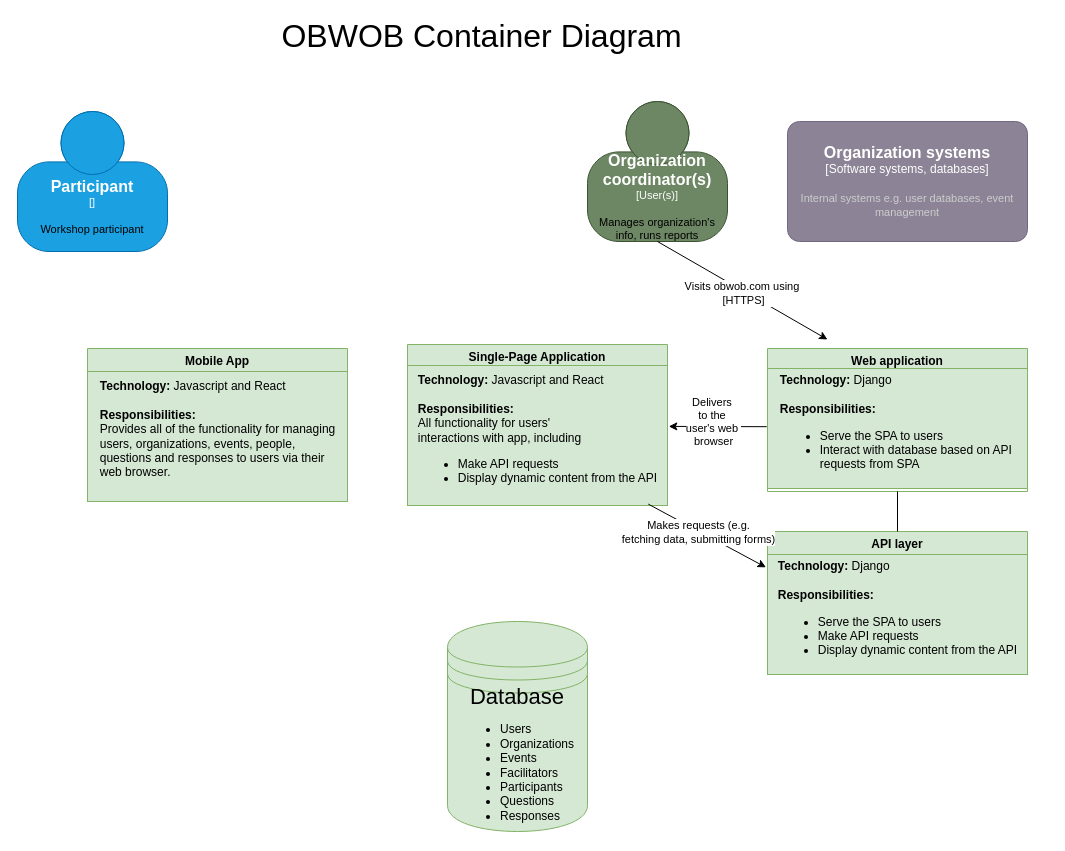
Earlier version of the draw.io diagram documentation/c4-diagrams/2_obwob_container_diagram.drawio (laurapg1214/impact-web-interface). Source tidied: cells renumbered, new cells numbered last; positions are measured from the earlier drawing's top-left corner, leaving out a move shared by most shapes. Both pictures are drawn from the tidied source at 100%, with x=0, y=0 at pixel (17, 21).
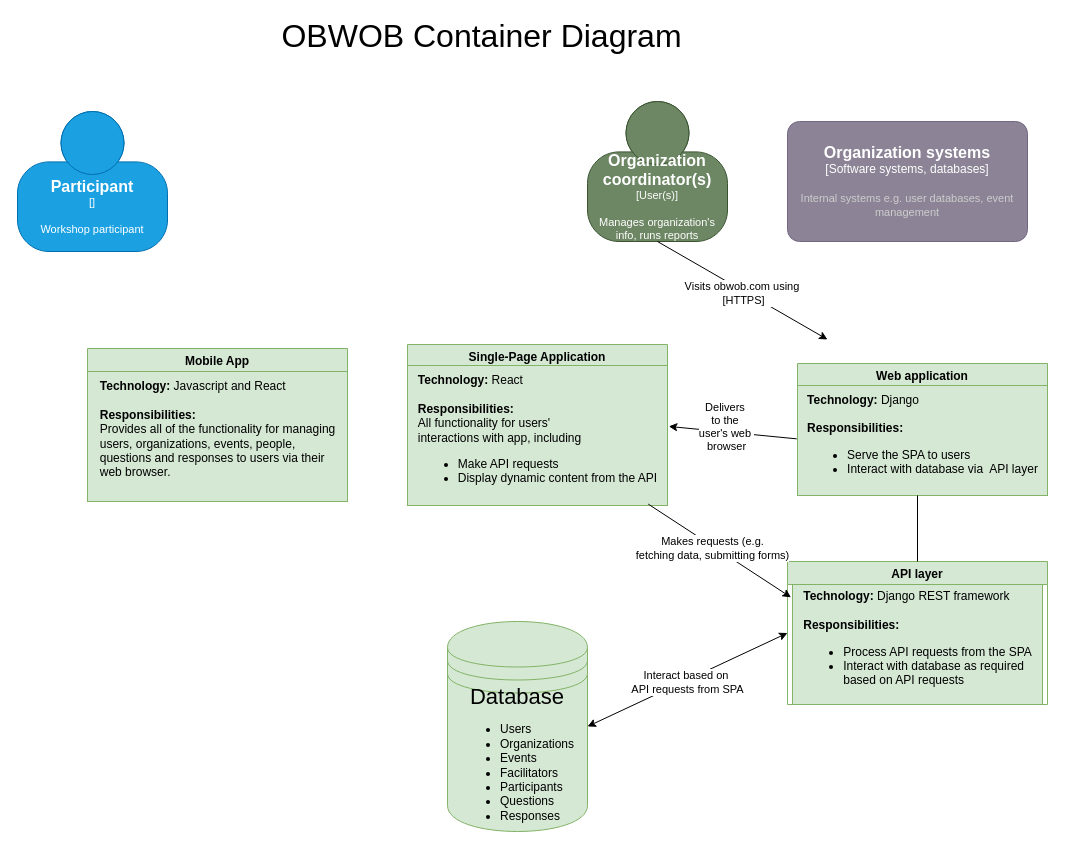
The same page after the edit.

Commit message:
web app container diagram completed

The change refers to these unchanged cells:
```xml
<mxCell id="5" value="&lt;font style=&quot;font-size: 22px;&quot;&gt;Database&lt;/font&gt;&lt;div style=&quot;text-align: left;&quot;&gt;&lt;ul&gt;&lt;li&gt;Users&lt;/li&gt;&lt;li&gt;Organizations&lt;/li&gt;&lt;li&gt;&lt;font style=&quot;font-size: 12px;&quot;&gt;Events&lt;/font&gt;&lt;/li&gt;&lt;li&gt;Facilitators&lt;/li&gt;&lt;li&gt;Participants&lt;/li&gt;&lt;li&gt;Questions&lt;/li&gt;&lt;li&gt;Responses&lt;/li&gt;&lt;/ul&gt;&lt;/div&gt;" style="shape=datastore;whiteSpace=wrap;html=1;fillColor=#d5e8d4;strokeColor=#82b366;" parent="1" vertex="1">
  <mxGeometry x="430" y="600" width="140" height="210" as="geometry" />
</mxCell>
```

Diff of the diagram source:
```diff
@@
-    <object id="2" label="&lt;font style=&quot;font-size: 16px&quot;&gt;&lt;b&gt;%c4Name%&lt;/b&gt;&lt;/font&gt;&lt;div&gt;[%c4Type%]&lt;/div&gt;&lt;br&gt;&lt;div&gt;&lt;font style=&quot;font-size: 11px&quot;&gt;&lt;font color=&quot;#000000&quot;&gt;%c4Description%&lt;/font&gt;&lt;/div&gt;" c4Description="Workshop participant" c4Name="Participant" c4Type="" placeholders="1">
+    <object id="2" label="&lt;font style=&quot;font-size: 16px&quot;&gt;&lt;b&gt;%c4Name%&lt;/b&gt;&lt;/font&gt;&lt;div&gt;[%c4Type%]&lt;/div&gt;&lt;br&gt;&lt;div&gt;&lt;font style=&quot;font-size: 11px&quot;&gt;&lt;font color=&quot;#ffffff&quot;&gt;%c4Description%&lt;/font&gt;&lt;/div&gt;" c4Description="Workshop participant" c4Name="Participant" c4Type="" placeholders="1">
       <mxCell style="html=1;fontSize=11;dashed=0;whiteSpace=wrap;shape=mxgraph.c4.person2;align=center;fillColor=#1ba1e2;strokeColor=#006EAF;fontColor=#ffffff;" parent="1" vertex="1">
         <mxGeometry y="90" width="150" height="140" as="geometry" />
       </mxCell>
     </object>
-    <object id="3" label="&lt;font style=&quot;font-size: 16px&quot;&gt;&lt;b&gt;%c4Name%&lt;/b&gt;&lt;/font&gt;&lt;div&gt;[%c4Type%]&lt;/div&gt;&lt;br&gt;&lt;div&gt;&lt;font style=&quot;font-size: 11px&quot;&gt;&lt;font color=&quot;#000000&quot;&gt;%c4Description%&lt;/font&gt;&lt;/div&gt;" c4Description="Manages organization's info, runs reports" c4Name="Organization coordinator(s)" c4Type="User(s)" placeholders="1">
+    <object id="3" label="&lt;font style=&quot;font-size: 16px&quot;&gt;&lt;b&gt;%c4Name%&lt;/b&gt;&lt;/font&gt;&lt;div&gt;[%c4Type%]&lt;/div&gt;&lt;br&gt;&lt;div&gt;&lt;font style=&quot;font-size: 11px&quot;&gt;&lt;font color=&quot;#ffffff&quot;&gt;%c4Description%&lt;/font&gt;&lt;/div&gt;" c4Description="Manages organization's info, runs reports" c4Name="Organization coordinator(s)" c4Type="User(s)" placeholders="1">
       <mxCell style="html=1;fontSize=11;dashed=0;whiteSpace=wrap;fillColor=#6d8764;strokeColor=#3A5431;shape=mxgraph.c4.person2;align=center;points=[[0.5,0,0],[1,0.5,0],[1,0.75,0],[0.75,1,0],[0.5,1,0],[0.25,1,0],[0,0.75,0],[0,0.5,0]];fontColor=#ffffff;" parent="1" vertex="1">
         <mxGeometry x="570" y="80" width="140" height="140" as="geometry" />
       </mxCell>
     </object>
@@
     <mxCell id="6" value="Web application" style="swimlane;startSize=23;fillColor=#d5e8d4;strokeColor=#82b366;" parent="1" vertex="1">
-      <mxGeometry x="750" y="327" width="260" height="143" as="geometry" />
+      <mxGeometry x="780" y="342" width="250" height="128" as="geometry" />
     </mxCell>
-    <mxCell id="7" value="&lt;div style=&quot;text-align: left;&quot;&gt;&lt;b style=&quot;background-color: initial;&quot;&gt;Technology: &lt;/b&gt;&lt;span style=&quot;background-color: initial;&quot;&gt;Django&amp;nbsp;&lt;/span&gt;&lt;br&gt;&lt;/div&gt;&lt;div style=&quot;text-align: left;&quot;&gt;&lt;b style=&quot;background-color: initial;&quot;&gt;&lt;br&gt;&lt;/b&gt;&lt;/div&gt;&lt;div style=&quot;text-align: left;&quot;&gt;&lt;b style=&quot;background-color: initial;&quot;&gt;Responsibilities:&lt;/b&gt;&lt;br&gt;&lt;/div&gt;&lt;div style=&quot;text-align: left;&quot;&gt;&lt;ul&gt;&lt;li&gt;Serve the SPA to users&lt;/li&gt;&lt;li&gt;Interact with database based on API&amp;nbsp;&lt;br&gt;requests from SPA&lt;/li&gt;&lt;/ul&gt;&lt;/div&gt;" style="text;html=1;align=center;verticalAlign=middle;points=[];strokeColor=#82b366;fillColor=#d5e8d4;" parent="6" vertex="1">
-      <mxGeometry y="20" width="260" height="120" as="geometry" />
+    <mxCell id="7" value="&lt;div style=&quot;text-align: left;&quot;&gt;&lt;b style=&quot;background-color: initial;&quot;&gt;Technology: &lt;/b&gt;&lt;span style=&quot;background-color: initial;&quot;&gt;Django&amp;nbsp;&lt;/span&gt;&lt;br&gt;&lt;/div&gt;&lt;div style=&quot;text-align: left;&quot;&gt;&lt;b style=&quot;background-color: initial;&quot;&gt;&lt;br&gt;&lt;/b&gt;&lt;/div&gt;&lt;div style=&quot;text-align: left;&quot;&gt;&lt;b style=&quot;background-color: initial;&quot;&gt;Responsibilities:&lt;/b&gt;&lt;br&gt;&lt;/div&gt;&lt;div style=&quot;text-align: left;&quot;&gt;&lt;ul&gt;&lt;li&gt;Serve the SPA to users&lt;/li&gt;&lt;li&gt;Interact with database via&amp;nbsp; API layer&lt;/li&gt;&lt;/ul&gt;&lt;/div&gt;" style="text;html=1;align=center;verticalAlign=middle;points=[];strokeColor=#82b366;fillColor=#d5e8d4;" parent="6" vertex="1">
+      <mxGeometry y="22" width="250" height="110" as="geometry" />
     </mxCell>
     <mxCell id="8" value="Single-Page Application" style="swimlane;startSize=23;fillColor=#d5e8d4;strokeColor=#82b366;" parent="1" vertex="1">
-      <mxGeometry x="390" y="323" width="260" height="151" as="geometry" />
+      <mxGeometry x="390" y="323" width="260" height="161" as="geometry" />
     </mxCell>
-    <mxCell id="9" value="&lt;div style=&quot;text-align: left;&quot;&gt;&lt;b style=&quot;background-color: initial;&quot;&gt;Technology: &lt;/b&gt;&lt;span style=&quot;background-color: initial;&quot;&gt;Javascript and React&lt;/span&gt;&lt;br&gt;&lt;/div&gt;&lt;div style=&quot;text-align: left;&quot;&gt;&lt;b style=&quot;background-color: initial;&quot;&gt;&lt;br&gt;&lt;/b&gt;&lt;/div&gt;&lt;div style=&quot;text-align: left;&quot;&gt;&lt;b style=&quot;background-color: initial;&quot;&gt;Responsibilities:&lt;/b&gt;&lt;br&gt;&lt;/div&gt;&lt;div style=&quot;text-align: left;&quot;&gt;&lt;span style=&quot;background-color: initial;&quot;&gt;All functionality for users'&amp;nbsp;&lt;/span&gt;&lt;/div&gt;&lt;div style=&quot;text-align: left;&quot;&gt;&lt;span style=&quot;background-color: initial;&quot;&gt;interactions&amp;nbsp;&lt;/span&gt;&lt;span style=&quot;background-color: initial;&quot;&gt;with app, including&lt;/span&gt;&lt;/div&gt;&lt;div style=&quot;text-align: left;&quot;&gt;&lt;ul&gt;&lt;li&gt;Make API requests&lt;/li&gt;&lt;li&gt;Display dynamic content from the API&lt;/li&gt;&lt;/ul&gt;&lt;/div&gt;" style="text;html=1;align=center;verticalAlign=middle;points=[];strokeColor=#82b366;fillColor=#d5e8d4;" parent="8" vertex="1">
+    <mxCell id="9" value="&lt;div style=&quot;text-align: left;&quot;&gt;&lt;b style=&quot;background-color: initial;&quot;&gt;Technology: &lt;/b&gt;&lt;span style=&quot;background-color: initial;&quot;&gt;React&lt;/span&gt;&lt;br&gt;&lt;/div&gt;&lt;div style=&quot;text-align: left;&quot;&gt;&lt;b style=&quot;background-color: initial;&quot;&gt;&lt;br&gt;&lt;/b&gt;&lt;/div&gt;&lt;div style=&quot;text-align: left;&quot;&gt;&lt;b style=&quot;background-color: initial;&quot;&gt;Responsibilities:&lt;/b&gt;&lt;br&gt;&lt;/div&gt;&lt;div style=&quot;text-align: left;&quot;&gt;&lt;span style=&quot;background-color: initial;&quot;&gt;All functionality for users'&amp;nbsp;&lt;/span&gt;&lt;/div&gt;&lt;div style=&quot;text-align: left;&quot;&gt;&lt;span style=&quot;background-color: initial;&quot;&gt;interactions&amp;nbsp;&lt;/span&gt;&lt;span style=&quot;background-color: initial;&quot;&gt;with app, including&lt;/span&gt;&lt;/div&gt;&lt;div style=&quot;text-align: left;&quot;&gt;&lt;ul&gt;&lt;li&gt;Make API requests&lt;/li&gt;&lt;li&gt;Display dynamic content from the API&lt;/li&gt;&lt;/ul&gt;&lt;/div&gt;" style="text;html=1;align=center;verticalAlign=middle;points=[];strokeColor=#82b366;fillColor=#d5e8d4;" parent="8" vertex="1">
       <mxGeometry y="21" width="260" height="140" as="geometry" />
     </mxCell>
@@
     <mxCell id="16" value="API layer" style="swimlane;startSize=23;fillColor=#d5e8d4;strokeColor=#82b366;" parent="1" vertex="1">
-      <mxGeometry x="750" y="510" width="260" height="143" as="geometry" />
+      <mxGeometry x="770" y="540" width="260" height="143" as="geometry" />
     </mxCell>
-    <mxCell id="17" value="&lt;div style=&quot;text-align: left;&quot;&gt;&lt;b style=&quot;background-color: initial;&quot;&gt;Technology: &lt;/b&gt;&lt;span style=&quot;background-color: initial;&quot;&gt;Django&amp;nbsp;&lt;/span&gt;&lt;br&gt;&lt;/div&gt;&lt;div style=&quot;text-align: left;&quot;&gt;&lt;b style=&quot;background-color: initial;&quot;&gt;&lt;br&gt;&lt;/b&gt;&lt;/div&gt;&lt;div style=&quot;text-align: left;&quot;&gt;&lt;b style=&quot;background-color: initial;&quot;&gt;Responsibilities:&lt;/b&gt;&lt;br&gt;&lt;/div&gt;&lt;div style=&quot;text-align: left;&quot;&gt;&lt;ul&gt;&lt;li&gt;Serve the SPA to users&lt;/li&gt;&lt;li&gt;Make API requests&lt;/li&gt;&lt;li&gt;Display dynamic content from the API&lt;/li&gt;&lt;/ul&gt;&lt;/div&gt;" style="text;html=1;align=center;verticalAlign=middle;points=[];strokeColor=#82b366;fillColor=#d5e8d4;" parent="16" vertex="1">
-      <mxGeometry y="23" width="260" height="120" as="geometry" />
+    <mxCell id="17" value="&lt;div style=&quot;text-align: left;&quot;&gt;&lt;b style=&quot;background-color: initial;&quot;&gt;Technology: &lt;/b&gt;&lt;span style=&quot;background-color: initial;&quot;&gt;Django REST framework&lt;/span&gt;&lt;br&gt;&lt;/div&gt;&lt;div style=&quot;text-align: left;&quot;&gt;&lt;b style=&quot;background-color: initial;&quot;&gt;&lt;br&gt;&lt;/b&gt;&lt;/div&gt;&lt;div style=&quot;text-align: left;&quot;&gt;&lt;b style=&quot;background-color: initial;&quot;&gt;Responsibilities:&lt;/b&gt;&lt;br&gt;&lt;/div&gt;&lt;div style=&quot;text-align: left;&quot;&gt;&lt;ul&gt;&lt;li&gt;Process API requests from the SPA&lt;/li&gt;&lt;li&gt;Interact with database as required&amp;nbsp;&lt;br&gt;based on API requests&lt;/li&gt;&lt;/ul&gt;&lt;/div&gt;" style="text;html=1;align=center;verticalAlign=middle;points=[];strokeColor=#82b366;fillColor=#d5e8d4;" parent="16" vertex="1">
+      <mxGeometry x="5" y="23" width="250" height="120" as="geometry" />
     </mxCell>
@@
-    <mxCell id="19" style="endArrow=none;html=1;rounded=0;entryX=0.5;entryY=1;entryDx=0;entryDy=0;" parent="1" edge="1" source="16" target="6">
-      <mxGeometry relative="1" as="geometry" />
-    </mxCell>
@@
+    <mxCell id="22" style="endArrow=none;html=1;rounded=0;exitX=0.5;exitY=0;exitDx=0;exitDy=0;" parent="1" edge="1" source="16">
+      <mxGeometry relative="1" as="geometry">
+        <mxPoint x="900" y="474" as="targetPoint" />
+      </mxGeometry>
+    </mxCell>
+    <mxCell id="23" style="endArrow=classic;startArrow=classic;html=1;rounded=0;entryX=0;entryY=0.5;entryDx=0;entryDy=0;exitX=1;exitY=0.5;exitDx=0;exitDy=0;" parent="1" edge="1" source="5" target="16">
+      <mxGeometry relative="1" as="geometry" />
+    </mxCell>
+    <mxCell id="24" value="Interact based on&amp;nbsp;&lt;div&gt;API requests from SPA&lt;/div&gt;" style="edgeLabel;html=1;align=center;verticalAlign=middle;" parent="23" vertex="1">
+      <mxGeometry x="-0.01" y="-2" relative="1" as="geometry" />
+    </mxCell>
```
